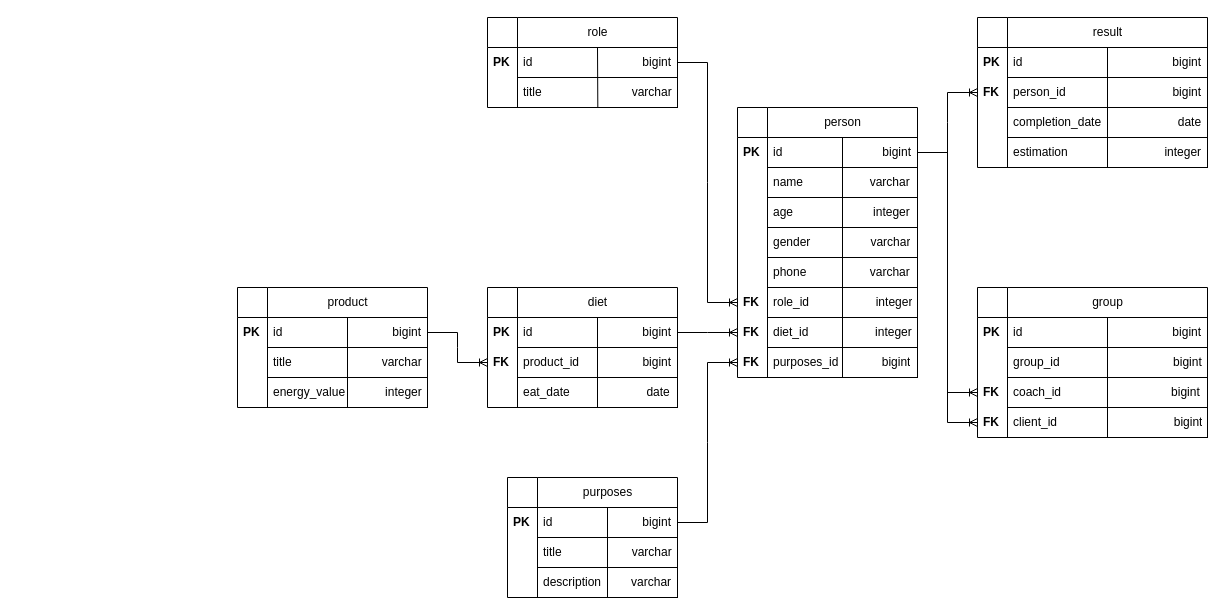
This is project (25.10.23)/tables.drawio from b0ryakha/SQL, a draw.io file, before an edit. Source tidied: cells renumbered, new cells numbered last; positions are measured from the earlier drawing's top-left corner, leaving out a move shared by most shapes. Both pictures are drawn from the tidied source at 100%, with x=0, y=0 at pixel (237, 17).
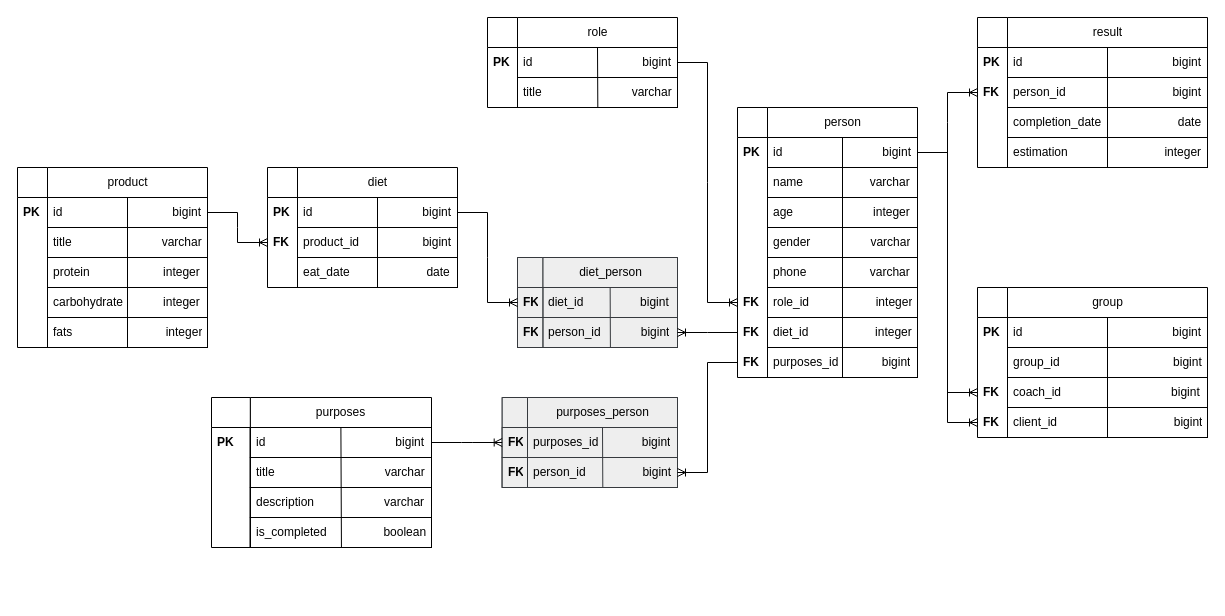
Above is the later version.

Unchanged cells that the change refers to:
```xml
<mxCell id="12" value="id&amp;nbsp; &amp;nbsp; &amp;nbsp; &amp;nbsp; &amp;nbsp; &amp;nbsp; &amp;nbsp; &amp;nbsp; &amp;nbsp; &amp;nbsp; &amp;nbsp; &amp;nbsp; &amp;nbsp; &amp;nbsp; &amp;nbsp; &amp;nbsp; &amp;nbsp;bigint" style="text;strokeColor=default;fillColor=none;align=left;verticalAlign=middle;spacingLeft=4;spacingRight=4;overflow=hidden;points=[[0,0.5],[1,0.5]];portConstraint=eastwest;whiteSpace=wrap;html=1;" parent="11" vertex="1">
  <mxGeometry y="30" width="160" height="30" as="geometry" />
</mxCell>
<mxCell id="62" value="FK" style="text;strokeColor=none;fillColor=none;align=left;verticalAlign=middle;spacingLeft=4;spacingRight=4;overflow=hidden;points=[[0,0.5],[1,0.5]];portConstraint=eastwest;whiteSpace=wrap;html=1;labelBorderColor=none;fontStyle=1;" parent="55" vertex="1">
  <mxGeometry y="210" width="30" height="30" as="geometry" />
</mxCell>
<mxCell id="63" value="FK" style="text;strokeColor=none;fillColor=none;align=left;verticalAlign=middle;spacingLeft=4;spacingRight=4;overflow=hidden;points=[[0,0.5],[1,0.5]];portConstraint=eastwest;whiteSpace=wrap;html=1;labelBorderColor=none;fontStyle=1;" parent="55" vertex="1">
  <mxGeometry y="240" width="30" height="30" as="geometry" />
</mxCell>
<mxCell id="76" value="id&amp;nbsp; &amp;nbsp; &amp;nbsp; &amp;nbsp; &amp;nbsp; &amp;nbsp; &amp;nbsp; &amp;nbsp; &amp;nbsp; &amp;nbsp; &amp;nbsp; &amp;nbsp; &amp;nbsp; &amp;nbsp; &amp;nbsp; &amp;nbsp; &amp;nbsp;bigint" style="text;strokeColor=default;fillColor=none;align=left;verticalAlign=middle;spacingLeft=4;spacingRight=4;overflow=hidden;points=[[0,0.5],[1,0.5]];portConstraint=eastwest;whiteSpace=wrap;html=1;" parent="75" vertex="1">
  <mxGeometry y="30" width="160" height="30" as="geometry" />
</mxCell>
```

Diff of the diagram source:
```diff
@@
     <mxCell id="10" style="group;" parent="1" vertex="1">
-      <mxGeometry x="250" y="270" width="190" height="120" as="geometry" />
+      <mxGeometry x="30" y="150" width="190" height="120" as="geometry" />
     </mxCell>
@@
     <mxCell id="64" style="group;" parent="1" vertex="1">
-      <mxGeometry x="270" y="460" width="170" height="120" as="geometry" />
+      <mxGeometry x="-26" y="380" width="220" height="150" as="geometry" />
     </mxCell>
     <mxCell id="65" value="purposes" style="swimlane;fontStyle=0;horizontal=1;startSize=30;html=1;align=center;" parent="64" vertex="1">
-      <mxGeometry x="30" width="140" height="120" as="geometry" />
+      <mxGeometry x="38.8" width="181.2" height="150" as="geometry" />
     </mxCell>
-    <mxCell id="66" value="id&amp;nbsp; &amp;nbsp; &amp;nbsp; &amp;nbsp; &amp;nbsp; &amp;nbsp; &amp;nbsp; &amp;nbsp; &amp;nbsp; &amp;nbsp; &amp;nbsp; &amp;nbsp; &amp;nbsp; &amp;nbsp;bigint" style="text;strokeColor=default;fillColor=none;align=left;verticalAlign=middle;spacingLeft=4;spacingRight=4;overflow=hidden;points=[[0,0.5],[1,0.5]];portConstraint=eastwest;whiteSpace=wrap;html=1;" parent="65" vertex="1">
-      <mxGeometry y="30" width="140" height="30" as="geometry" />
+    <mxCell id="66" value="id&amp;nbsp; &amp;nbsp; &amp;nbsp; &amp;nbsp; &amp;nbsp; &amp;nbsp; &amp;nbsp; &amp;nbsp; &amp;nbsp; &amp;nbsp; &amp;nbsp; &amp;nbsp; &amp;nbsp; &amp;nbsp; &amp;nbsp; &amp;nbsp; &amp;nbsp; &amp;nbsp; &amp;nbsp; &amp;nbsp;bigint" style="text;strokeColor=default;fillColor=none;align=left;verticalAlign=middle;spacingLeft=4;spacingRight=4;overflow=hidden;points=[[0,0.5],[1,0.5]];portConstraint=eastwest;whiteSpace=wrap;html=1;" parent="65" vertex="1">
+      <mxGeometry y="30" width="181.2" height="30" as="geometry" />
     </mxCell>
-    <mxCell id="67" value="title&amp;nbsp; &amp;nbsp; &amp;nbsp; &amp;nbsp; &amp;nbsp; &amp;nbsp; &amp;nbsp; &amp;nbsp; &amp;nbsp; &amp;nbsp; &amp;nbsp;varchar" style="text;strokeColor=default;fillColor=none;align=left;verticalAlign=middle;spacingLeft=4;spacingRight=4;overflow=hidden;whiteSpace=wrap;html=1;" parent="65" vertex="1">
-      <mxGeometry y="60" width="140" height="30" as="geometry" />
+    <mxCell id="67" value="title&amp;nbsp; &amp;nbsp; &amp;nbsp; &amp;nbsp; &amp;nbsp; &amp;nbsp; &amp;nbsp; &amp;nbsp; &amp;nbsp; &amp;nbsp; &amp;nbsp; &amp;nbsp; &amp;nbsp; &amp;nbsp; &amp;nbsp; &amp;nbsp; &amp;nbsp;varchar" style="text;strokeColor=default;fillColor=none;align=left;verticalAlign=middle;spacingLeft=4;spacingRight=4;overflow=hidden;whiteSpace=wrap;html=1;" parent="65" vertex="1">
+      <mxGeometry y="60" width="181.2" height="30" as="geometry" />
     </mxCell>
-    <mxCell id="68" value="description&amp;nbsp; &amp;nbsp; &amp;nbsp; &amp;nbsp; &amp;nbsp;varchar" style="text;strokeColor=default;fillColor=none;align=left;verticalAlign=middle;spacingLeft=4;spacingRight=4;overflow=hidden;points=[[0,0.5],[1,0.5]];portConstraint=eastwest;whiteSpace=wrap;html=1;" parent="65" vertex="1">
-      <mxGeometry y="90" width="140" height="30" as="geometry" />
+    <mxCell id="68" value="description&amp;nbsp; &amp;nbsp; &amp;nbsp; &amp;nbsp; &amp;nbsp; &amp;nbsp; &amp;nbsp; &amp;nbsp; &amp;nbsp; &amp;nbsp; &amp;nbsp;varchar" style="text;strokeColor=default;fillColor=none;align=left;verticalAlign=middle;spacingLeft=4;spacingRight=4;overflow=hidden;points=[[0,0.5],[1,0.5]];portConstraint=eastwest;whiteSpace=wrap;html=1;" parent="65" vertex="1">
+      <mxGeometry y="90" width="181.2" height="30" as="geometry" />
     </mxCell>
+    <mxCell id="91" value="is_completed&amp;nbsp; &amp;nbsp; &amp;nbsp; &amp;nbsp; &amp;nbsp; &amp;nbsp; &amp;nbsp; &amp;nbsp; &amp;nbsp;boolean" style="text;strokeColor=default;fillColor=none;align=left;verticalAlign=middle;spacingLeft=4;spacingRight=4;overflow=hidden;points=[[0,0.5],[1,0.5]];portConstraint=eastwest;whiteSpace=wrap;html=1;" parent="65" vertex="1">
+      <mxGeometry y="120" width="181.2" height="30" as="geometry" />
+    </mxCell>
-    <mxCell id="69" style="endArrow=none;html=1;rounded=0;exitX=0.5;exitY=0.987;exitDx=0;exitDy=0;exitPerimeter=0;entryX=0.5;entryY=-0.003;entryDx=0;entryDy=0;entryPerimeter=0;" parent="65" edge="1" source="68" target="66">
+    <mxCell id="69" style="endArrow=none;html=1;rounded=0;exitX=0.503;exitY=1;exitDx=0;exitDy=0;exitPerimeter=0;entryX=0.5;entryY=-0.003;entryDx=0;entryDy=0;entryPerimeter=0;" parent="65" edge="1" source="91" target="66">
       <mxGeometry relative="1" as="geometry" />
     </mxCell>
     <mxCell id="70" style="swimlane;fontStyle=0;horizontal=1;startSize=30;whiteSpace=wrap;html=1;" parent="64" vertex="1">
-      <mxGeometry width="30" height="120" as="geometry" />
+      <mxGeometry width="38.8" height="150" as="geometry" />
     </mxCell>
     <mxCell id="71" value="PK" style="text;strokeColor=none;fillColor=none;align=left;verticalAlign=middle;spacingLeft=4;spacingRight=4;overflow=hidden;whiteSpace=wrap;html=1;labelBorderColor=none;fontStyle=1;" parent="70" vertex="1">
-      <mxGeometry y="30" width="30" height="30" as="geometry" />
+      <mxGeometry y="30" width="38.8" height="30" as="geometry" />
     </mxCell>
     <mxCell id="72" value="&amp;nbsp;" style="text;strokeColor=none;fillColor=none;align=left;verticalAlign=middle;spacingLeft=4;spacingRight=4;overflow=hidden;whiteSpace=wrap;html=1;labelBorderColor=none;" parent="70" vertex="1">
-      <mxGeometry y="60" width="30" height="30" as="geometry" />
+      <mxGeometry y="60" width="38.8" height="30" as="geometry" />
     </mxCell>
     <mxCell id="73" value="&amp;nbsp;" style="text;strokeColor=none;fillColor=none;align=left;verticalAlign=middle;spacingLeft=4;spacingRight=4;overflow=hidden;whiteSpace=wrap;html=1;labelBorderColor=none;" parent="70" vertex="1">
-      <mxGeometry y="90" width="30" height="30" as="geometry" />
+      <mxGeometry y="90" width="38.8" height="60" as="geometry" />
     </mxCell>
     <mxCell id="74" style="group;" parent="1" vertex="1">
-      <mxGeometry y="270" width="190" height="120" as="geometry" />
+      <mxGeometry x="-220" y="150" width="190" height="180" as="geometry" />
     </mxCell>
     <mxCell id="75" value="product" style="swimlane;fontStyle=0;horizontal=1;startSize=30;html=1;align=center;" parent="74" vertex="1">
-      <mxGeometry x="30" width="160" height="120" as="geometry" />
+      <mxGeometry x="30" width="160" height="180" as="geometry" />
     </mxCell>
@@
-    <mxCell id="78" value="energy_value&amp;nbsp; &amp;nbsp; &amp;nbsp; &amp;nbsp; &amp;nbsp; &amp;nbsp; integer" style="text;strokeColor=default;fillColor=none;align=left;verticalAlign=middle;spacingLeft=4;spacingRight=4;overflow=hidden;points=[[0,0.5],[1,0.5]];portConstraint=eastwest;whiteSpace=wrap;html=1;" parent="75" vertex="1">
+    <mxCell id="78" value="protein&amp;nbsp; &amp;nbsp; &amp;nbsp; &amp;nbsp; &amp;nbsp; &amp;nbsp; &amp;nbsp; &amp;nbsp; &amp;nbsp; &amp;nbsp; &amp;nbsp; integer" style="text;strokeColor=default;fillColor=none;align=left;verticalAlign=middle;spacingLeft=4;spacingRight=4;overflow=hidden;points=[[0,0.5],[1,0.5]];portConstraint=eastwest;whiteSpace=wrap;html=1;" parent="75" vertex="1">
       <mxGeometry y="90" width="160" height="30" as="geometry" />
     </mxCell>
+    <mxCell id="92" value="carbohydrate&amp;nbsp; &amp;nbsp; &amp;nbsp; &amp;nbsp; &amp;nbsp; &amp;nbsp; integer" style="text;strokeColor=default;fillColor=none;align=left;verticalAlign=middle;spacingLeft=4;spacingRight=4;overflow=hidden;whiteSpace=wrap;html=1;" parent="75" vertex="1">
+      <mxGeometry y="120" width="160" height="30" as="geometry" />
+    </mxCell>
+    <mxCell id="93" value="fats&amp;nbsp; &amp;nbsp; &amp;nbsp; &amp;nbsp; &amp;nbsp; &amp;nbsp; &amp;nbsp; &amp;nbsp; &amp;nbsp; &amp;nbsp; &amp;nbsp; &amp;nbsp; &amp;nbsp; &amp;nbsp; integer" style="text;strokeColor=default;fillColor=none;align=left;verticalAlign=middle;spacingLeft=4;spacingRight=4;overflow=hidden;points=[[0,0.5],[1,0.5]];portConstraint=eastwest;whiteSpace=wrap;html=1;" parent="75" vertex="1">
+      <mxGeometry y="150" width="160" height="30" as="geometry" />
+    </mxCell>
-    <mxCell id="79" style="endArrow=none;html=1;rounded=0;exitX=0.5;exitY=0.987;exitDx=0;exitDy=0;exitPerimeter=0;entryX=0.5;entryY=-0.003;entryDx=0;entryDy=0;entryPerimeter=0;" parent="75" edge="1" source="78" target="76">
+    <mxCell id="79" style="endArrow=none;html=1;rounded=0;exitX=0.5;exitY=1.001;exitDx=0;exitDy=0;exitPerimeter=0;entryX=0.5;entryY=-0.003;entryDx=0;entryDy=0;entryPerimeter=0;" parent="75" edge="1" source="93" target="76">
       <mxGeometry relative="1" as="geometry" />
     </mxCell>
     <mxCell id="80" style="swimlane;fontStyle=0;horizontal=1;startSize=30;whiteSpace=wrap;html=1;" parent="74" vertex="1">
-      <mxGeometry width="30" height="120" as="geometry" />
+      <mxGeometry width="30" height="180" as="geometry" />
     </mxCell>
@@
     <mxCell id="83" value="&amp;nbsp;" style="text;strokeColor=none;fillColor=none;align=left;verticalAlign=middle;spacingLeft=4;spacingRight=4;overflow=hidden;whiteSpace=wrap;html=1;labelBorderColor=none;" parent="80" vertex="1">
-      <mxGeometry y="90" width="30" height="30" as="geometry" />
+      <mxGeometry y="90" width="30" height="90" as="geometry" />
     </mxCell>
@@
-    <mxCell id="85" style="edgeStyle=entityRelationEdgeStyle;fontSize=12;html=1;endArrow=ERoneToMany;rounded=0;exitX=1;exitY=0.5;exitDx=0;exitDy=0;entryX=0;entryY=0.5;entryDx=0;entryDy=0;" parent="1" edge="1" source="12" target="62">
-      <mxGeometry relative="1" as="geometry" />
-    </mxCell>
-    <mxCell id="86" style="edgeStyle=entityRelationEdgeStyle;fontSize=12;html=1;endArrow=ERoneToMany;rounded=0;exitX=1;exitY=0.5;exitDx=0;exitDy=0;entryX=0;entryY=0.5;entryDx=0;entryDy=0;" parent="1" edge="1" source="66" target="63">
-      <mxGeometry relative="1" as="geometry" />
-    </mxCell>
@@
+    <mxCell id="94" style="group;fillColor=#eeeeee;strokeColor=#36393d;" parent="1" vertex="1">
+      <mxGeometry x="280" y="240" width="160" height="90" as="geometry" />
+    </mxCell>
+    <mxCell id="95" value="diet_person" style="swimlane;fontStyle=0;horizontal=1;startSize=30;html=1;align=center;fillColor=#eeeeee;strokeColor=#36393d;" parent="94" vertex="1">
+      <mxGeometry x="25.3" width="134.7" height="90" as="geometry" />
+    </mxCell>
+    <mxCell id="96" value="diet_id&amp;nbsp; &amp;nbsp; &amp;nbsp; &amp;nbsp; &amp;nbsp; &amp;nbsp; &amp;nbsp; &amp;nbsp; &amp;nbsp;bigint" style="text;strokeColor=#36393d;fillColor=#eeeeee;align=left;verticalAlign=middle;spacingLeft=4;spacingRight=4;overflow=hidden;points=[[0,0.5],[1,0.5]];portConstraint=eastwest;whiteSpace=wrap;html=1;" parent="95" vertex="1">
+      <mxGeometry y="30" width="134.7" height="30" as="geometry" />
+    </mxCell>
+    <mxCell id="97" value="person_id&amp;nbsp; &amp;nbsp; &amp;nbsp; &amp;nbsp; &amp;nbsp; &amp;nbsp; bigint" style="text;strokeColor=#36393d;fillColor=#eeeeee;align=left;verticalAlign=middle;spacingLeft=4;spacingRight=4;overflow=hidden;points=[[0,0.5],[1,0.5]];portConstraint=eastwest;whiteSpace=wrap;html=1;" parent="95" vertex="1">
+      <mxGeometry y="60" width="134.7" height="30" as="geometry" />
+    </mxCell>
+    <mxCell id="98" style="endArrow=none;html=1;rounded=0;exitX=0.502;exitY=1.009;exitDx=0;exitDy=0;exitPerimeter=0;entryX=0.5;entryY=-0.003;entryDx=0;entryDy=0;entryPerimeter=0;fillColor=#eeeeee;strokeColor=#36393d;" parent="95" edge="1" source="97" target="96">
+      <mxGeometry relative="1" as="geometry" />
+    </mxCell>
+    <mxCell id="99" style="swimlane;fontStyle=0;horizontal=1;startSize=30;whiteSpace=wrap;html=1;fillColor=#eeeeee;strokeColor=#36393d;" parent="94" vertex="1">
+      <mxGeometry width="25.3" height="90" as="geometry" />
+    </mxCell>
+    <mxCell id="100" value="FK" style="text;strokeColor=#36393d;fillColor=#eeeeee;align=left;verticalAlign=middle;spacingLeft=4;spacingRight=4;overflow=hidden;points=[[0,0.5],[1,0.5]];portConstraint=eastwest;whiteSpace=wrap;html=1;labelBorderColor=none;fontStyle=1;" parent="99" vertex="1">
+      <mxGeometry y="30" width="25.3" height="30" as="geometry" />
+    </mxCell>
+    <mxCell id="101" value="&lt;b&gt;FK&lt;/b&gt;" style="text;strokeColor=#36393d;fillColor=#eeeeee;align=left;verticalAlign=middle;spacingLeft=4;spacingRight=4;overflow=hidden;whiteSpace=wrap;html=1;labelBorderColor=none;" parent="99" vertex="1">
+      <mxGeometry y="60" width="25.3" height="30" as="geometry" />
+    </mxCell>
+    <mxCell id="102" style="edgeStyle=entityRelationEdgeStyle;fontSize=12;html=1;endArrow=ERoneToMany;rounded=0;exitX=1;exitY=0.5;exitDx=0;exitDy=0;entryX=0;entryY=0.5;entryDx=0;entryDy=0;" parent="1" edge="1" source="12" target="100">
+      <mxGeometry relative="1" as="geometry" />
+    </mxCell>
+    <mxCell id="103" style="edgeStyle=entityRelationEdgeStyle;fontSize=12;html=1;endArrow=ERoneToMany;rounded=0;exitX=0;exitY=0.5;exitDx=0;exitDy=0;entryX=1;entryY=0.5;entryDx=0;entryDy=0;" parent="1" edge="1" source="62" target="97">
+      <mxGeometry relative="1" as="geometry" />
+    </mxCell>
+    <mxCell id="104" style="group;fillColor=#eeeeee;strokeColor=#36393d;" parent="1" vertex="1">
+      <mxGeometry x="264.7" y="380" width="175.3" height="90" as="geometry" />
+    </mxCell>
+    <mxCell id="105" value="purposes_person" style="swimlane;fontStyle=0;horizontal=1;startSize=30;html=1;align=center;fillColor=#eeeeee;strokeColor=#36393d;" parent="104" vertex="1">
+      <mxGeometry x="25.3" width="150" height="90" as="geometry" />
+    </mxCell>
+    <mxCell id="106" value="purposes_id&amp;nbsp; &amp;nbsp; &amp;nbsp; &amp;nbsp; &amp;nbsp; &amp;nbsp; &amp;nbsp;bigint" style="text;align=left;verticalAlign=middle;spacingLeft=4;spacingRight=4;overflow=hidden;points=[[0,0.5],[1,0.5]];portConstraint=eastwest;whiteSpace=wrap;html=1;fillColor=#eeeeee;strokeColor=#36393d;" parent="105" vertex="1">
+      <mxGeometry y="30" width="150" height="30" as="geometry" />
+    </mxCell>
+    <mxCell id="107" value="person_id&amp;nbsp; &amp;nbsp; &amp;nbsp; &amp;nbsp; &amp;nbsp; &amp;nbsp; &amp;nbsp; &amp;nbsp; &amp;nbsp;bigint" style="text;align=left;verticalAlign=middle;spacingLeft=4;spacingRight=4;overflow=hidden;points=[[0,0.5],[1,0.5]];portConstraint=eastwest;whiteSpace=wrap;html=1;fillColor=#eeeeee;strokeColor=#36393d;" parent="105" vertex="1">
+      <mxGeometry y="60" width="150" height="30" as="geometry" />
+    </mxCell>
+    <mxCell id="108" style="endArrow=none;html=1;rounded=0;exitX=0.502;exitY=1.009;exitDx=0;exitDy=0;exitPerimeter=0;entryX=0.5;entryY=-0.003;entryDx=0;entryDy=0;entryPerimeter=0;fillColor=#eeeeee;strokeColor=#36393d;" parent="105" edge="1" source="107" target="106">
+      <mxGeometry relative="1" as="geometry" />
+    </mxCell>
+    <mxCell id="109" style="swimlane;fontStyle=0;horizontal=1;startSize=30;whiteSpace=wrap;html=1;fillColor=#eeeeee;strokeColor=#36393d;" parent="104" vertex="1">
+      <mxGeometry width="25.3" height="90" as="geometry" />
+    </mxCell>
+    <mxCell id="110" value="FK" style="text;align=left;verticalAlign=middle;spacingLeft=4;spacingRight=4;overflow=hidden;points=[[0,0.5],[1,0.5]];portConstraint=eastwest;whiteSpace=wrap;html=1;labelBorderColor=none;fontStyle=1;fillColor=#eeeeee;strokeColor=#36393d;" parent="109" vertex="1">
+      <mxGeometry y="30" width="25.3" height="30" as="geometry" />
+    </mxCell>
+    <mxCell id="111" value="&lt;b&gt;FK&lt;/b&gt;" style="text;align=left;verticalAlign=middle;spacingLeft=4;spacingRight=4;overflow=hidden;whiteSpace=wrap;html=1;labelBorderColor=none;fillColor=#eeeeee;strokeColor=#36393d;" parent="109" vertex="1">
+      <mxGeometry y="60" width="25.3" height="30" as="geometry" />
+    </mxCell>
+    <mxCell id="112" style="edgeStyle=entityRelationEdgeStyle;fontSize=12;html=1;endArrow=ERoneToMany;rounded=0;entryX=1;entryY=0.5;entryDx=0;entryDy=0;exitX=0;exitY=0.5;exitDx=0;exitDy=0;" parent="1" edge="1" source="63" target="107">
+      <mxGeometry relative="1" as="geometry" />
+    </mxCell>
+    <mxCell id="113" style="edgeStyle=entityRelationEdgeStyle;fontSize=12;html=1;endArrow=ERoneToMany;rounded=0;entryX=0;entryY=0.5;entryDx=0;entryDy=0;exitX=1;exitY=0.5;exitDx=0;exitDy=0;" parent="1" edge="1" source="66" target="110">
+      <mxGeometry relative="1" as="geometry" />
+    </mxCell>
```
